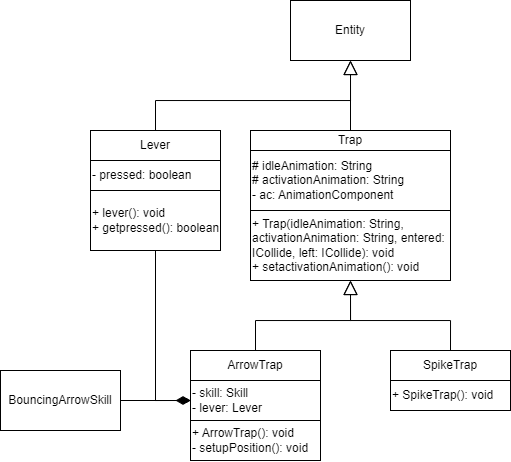
Above: KonzeptSkizzen/Zyklus 3/Fallen/fallenUML.png in Minerder/Spiel (draw.io), before the change. Source tidied: cells renumbered, new cells last; positions are measured from the earlier drawing's top-left corner, leaving out a move shared by most shapes. The source it was exported from:
```xml
<mxGraphModel>
  <root>
    <mxCell id="0" />
    <mxCell id="1" parent="0" />
    <mxCell id="2" style="edgeStyle=orthogonalEdgeStyle;rounded=0;jettySize=auto;html=1;exitX=0.5;exitY=0;exitDx=0;exitDy=0;entryX=0.5;entryY=1;entryDx=0;entryDy=0;endArrow=block;endFill=0;endSize=12;" parent="1" edge="1" source="3" target="8">
      <mxGeometry relative="1" as="geometry" />
    </mxCell>
    <mxCell id="3" value="Trap" style="rounded=0;whiteSpace=wrap;html=1;" parent="1" vertex="1">
      <mxGeometry x="250" y="130" width="200" height="20" as="geometry" />
    </mxCell>
    <mxCell id="4" value="# idleAnimation: String&lt;br&gt;# activationAnimation: String&lt;br&gt;- ac: AnimationComponent" style="rounded=0;whiteSpace=wrap;html=1;align=left;" parent="1" vertex="1">
      <mxGeometry x="250" y="150" width="200" height="60" as="geometry" />
    </mxCell>
    <mxCell id="5" value="+ Trap(idleAnimation: String, activationAnimation: String, entered: ICollide, left: ICollide): void&lt;br&gt;+ setactivationAnimation(): void" style="rounded=0;whiteSpace=wrap;html=1;align=left;" parent="1" vertex="1">
      <mxGeometry x="250" y="210" width="200" height="70" as="geometry" />
    </mxCell>
    <mxCell id="6" style="edgeStyle=orthogonalEdgeStyle;rounded=0;jettySize=auto;html=1;exitX=0.5;exitY=0;exitDx=0;exitDy=0;entryX=0.5;entryY=1;entryDx=0;entryDy=0;endArrow=block;endFill=0;endSize=12;" parent="1" edge="1" source="7" target="5">
      <mxGeometry relative="1" as="geometry" />
    </mxCell>
    <mxCell id="7" value="SpikeTrap" style="rounded=0;whiteSpace=wrap;html=1;" parent="1" vertex="1">
      <mxGeometry x="390" y="350" width="120" height="30" as="geometry" />
    </mxCell>
    <mxCell id="8" value="Entity" style="rounded=0;whiteSpace=wrap;html=1;" parent="1" vertex="1">
      <mxGeometry x="290" width="120" height="60" as="geometry" />
    </mxCell>
    <mxCell id="9" style="edgeStyle=orthogonalEdgeStyle;rounded=0;jettySize=auto;html=1;exitX=0.5;exitY=0;exitDx=0;exitDy=0;endArrow=block;endFill=0;entryX=0.5;entryY=1;entryDx=0;entryDy=0;endSize=12;" parent="1" edge="1" source="10" target="8">
      <mxGeometry relative="1" as="geometry" />
    </mxCell>
    <mxCell id="10" value="Lever" style="rounded=0;whiteSpace=wrap;html=1;" parent="1" vertex="1">
      <mxGeometry x="90" y="130" width="130" height="30" as="geometry" />
    </mxCell>
    <mxCell id="11" style="edgeStyle=orthogonalEdgeStyle;rounded=0;jettySize=auto;html=1;exitX=0.5;exitY=1;exitDx=0;exitDy=0;entryX=0;entryY=0.5;entryDx=0;entryDy=0;endArrow=diamondThin;endFill=1;" parent="1" edge="1" source="12" target="17">
      <mxGeometry relative="1" as="geometry" />
    </mxCell>
    <mxCell id="12" value="+ lever(): void&lt;br&gt;+ getpressed(): boolean" style="rounded=0;whiteSpace=wrap;html=1;align=left;" parent="1" vertex="1">
      <mxGeometry x="90" y="190" width="130" height="60" as="geometry" />
    </mxCell>
    <mxCell id="13" value="- pressed: boolean" style="rounded=0;whiteSpace=wrap;html=1;align=left;" parent="1" vertex="1">
      <mxGeometry x="90" y="160" width="130" height="30" as="geometry" />
    </mxCell>
    <mxCell id="14" value="+ SpikeTrap(): void" style="rounded=0;whiteSpace=wrap;html=1;align=left;" parent="1" vertex="1">
      <mxGeometry x="390" y="380" width="120" height="30" as="geometry" />
    </mxCell>
    <mxCell id="15" style="edgeStyle=orthogonalEdgeStyle;rounded=0;jettySize=auto;html=1;exitX=0.5;exitY=0;exitDx=0;exitDy=0;entryX=0.5;entryY=1;entryDx=0;entryDy=0;endArrow=block;endFill=0;endSize=12;" parent="1" edge="1" source="16" target="5">
      <mxGeometry relative="1" as="geometry" />
    </mxCell>
    <mxCell id="16" value="ArrowTrap" style="rounded=0;whiteSpace=wrap;html=1;" parent="1" vertex="1">
      <mxGeometry x="190" y="350" width="130" height="30" as="geometry" />
    </mxCell>
    <mxCell id="17" value="- skill: Skill&lt;br&gt;- lever: Lever" style="rounded=0;whiteSpace=wrap;html=1;align=left;" parent="1" vertex="1">
      <mxGeometry x="190" y="380" width="130" height="40" as="geometry" />
    </mxCell>
    <mxCell id="18" style="edgeStyle=orthogonalEdgeStyle;rounded=0;jettySize=auto;html=1;exitX=1;exitY=0.5;exitDx=0;exitDy=0;entryX=0;entryY=0.5;entryDx=0;entryDy=0;endArrow=diamondThin;endFill=1;endSize=12;" parent="1" edge="1" source="19" target="17">
      <mxGeometry relative="1" as="geometry" />
    </mxCell>
    <mxCell id="19" value="BouncingArrowSkill" style="rounded=0;whiteSpace=wrap;html=1;" parent="1" vertex="1">
      <mxGeometry y="370" width="120" height="60" as="geometry" />
    </mxCell>
    <mxCell id="20" value="+ ArrowTrap(): void&lt;br&gt;- setupPosition(): void" style="rounded=0;whiteSpace=wrap;html=1;align=left;" parent="1" vertex="1">
      <mxGeometry x="190" y="420" width="130" height="40" as="geometry" />
    </mxCell>
  </root>
</mxGraphModel>
```
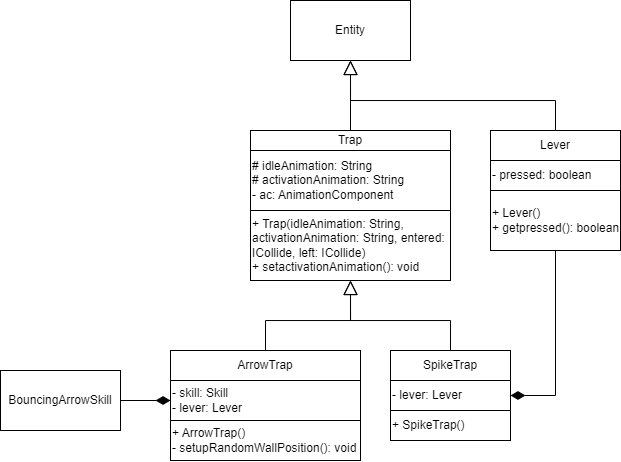
The same file after the commit.

The edit, as a diff of the source:
```diff
@@ -11,7 +11,7 @@
     <mxCell id="4" value="# idleAnimation: String&lt;br&gt;# activationAnimation: String&lt;br&gt;- ac: AnimationComponent" style="rounded=0;whiteSpace=wrap;html=1;align=left;" parent="1" vertex="1">
       <mxGeometry x="250" y="150" width="200" height="60" as="geometry" />
     </mxCell>
-    <mxCell id="5" value="+ Trap(idleAnimation: String, activationAnimation: String, entered: ICollide, left: ICollide): void&lt;br&gt;+ setactivationAnimation(): void" style="rounded=0;whiteSpace=wrap;html=1;align=left;" parent="1" vertex="1">
+    <mxCell id="5" value="+ Trap(idleAnimation: String, activationAnimation: String, entered: ICollide, left: ICollide)&lt;br&gt;+ setactivationAnimation(): void" style="rounded=0;whiteSpace=wrap;html=1;align=left;" parent="1" vertex="1">
       <mxGeometry x="250" y="210" width="200" height="70" as="geometry" />
     </mxCell>
     <mxCell id="6" style="edgeStyle=orthogonalEdgeStyle;rounded=0;jettySize=auto;html=1;exitX=0.5;exitY=0;exitDx=0;exitDy=0;entryX=0.5;entryY=1;entryDx=0;entryDy=0;endArrow=block;endFill=0;endSize=12;" parent="1" edge="1" source="7" target="5">
@@ -27,28 +27,28 @@
       <mxGeometry relative="1" as="geometry" />
     </mxCell>
     <mxCell id="10" value="Lever" style="rounded=0;whiteSpace=wrap;html=1;" parent="1" vertex="1">
-      <mxGeometry x="90" y="130" width="130" height="30" as="geometry" />
+      <mxGeometry x="490" y="130" width="130" height="30" as="geometry" />
     </mxCell>
-    <mxCell id="11" style="edgeStyle=orthogonalEdgeStyle;rounded=0;jettySize=auto;html=1;exitX=0.5;exitY=1;exitDx=0;exitDy=0;entryX=0;entryY=0.5;entryDx=0;entryDy=0;endArrow=diamondThin;endFill=1;" parent="1" edge="1" source="12" target="17">
+    <mxCell id="11" style="edgeStyle=orthogonalEdgeStyle;rounded=0;jettySize=auto;html=1;exitX=0.5;exitY=1;exitDx=0;exitDy=0;entryX=1;entryY=0.5;entryDx=0;entryDy=0;endArrow=diamondThin;endFill=1;endSize=12;" parent="1" edge="1" source="12" target="21">
       <mxGeometry relative="1" as="geometry" />
     </mxCell>
-    <mxCell id="12" value="+ lever(): void&lt;br&gt;+ getpressed(): boolean" style="rounded=0;whiteSpace=wrap;html=1;align=left;" parent="1" vertex="1">
-      <mxGeometry x="90" y="190" width="130" height="60" as="geometry" />
+    <mxCell id="12" value="+ Lever()&lt;br&gt;+ getpressed(): boolean" style="rounded=0;whiteSpace=wrap;html=1;align=left;" parent="1" vertex="1">
+      <mxGeometry x="490" y="190" width="130" height="60" as="geometry" />
     </mxCell>
     <mxCell id="13" value="- pressed: boolean" style="rounded=0;whiteSpace=wrap;html=1;align=left;" parent="1" vertex="1">
-      <mxGeometry x="90" y="160" width="130" height="30" as="geometry" />
+      <mxGeometry x="490" y="160" width="130" height="30" as="geometry" />
     </mxCell>
-    <mxCell id="14" value="+ SpikeTrap(): void" style="rounded=0;whiteSpace=wrap;html=1;align=left;" parent="1" vertex="1">
-      <mxGeometry x="390" y="380" width="120" height="30" as="geometry" />
+    <mxCell id="14" value="+ SpikeTrap()" style="rounded=0;whiteSpace=wrap;html=1;align=left;" parent="1" vertex="1">
+      <mxGeometry x="390" y="410" width="120" height="30" as="geometry" />
     </mxCell>
     <mxCell id="15" style="edgeStyle=orthogonalEdgeStyle;rounded=0;jettySize=auto;html=1;exitX=0.5;exitY=0;exitDx=0;exitDy=0;entryX=0.5;entryY=1;entryDx=0;entryDy=0;endArrow=block;endFill=0;endSize=12;" parent="1" edge="1" source="16" target="5">
       <mxGeometry relative="1" as="geometry" />
     </mxCell>
     <mxCell id="16" value="ArrowTrap" style="rounded=0;whiteSpace=wrap;html=1;" parent="1" vertex="1">
-      <mxGeometry x="190" y="350" width="130" height="30" as="geometry" />
+      <mxGeometry x="170" y="350" width="190" height="30" as="geometry" />
     </mxCell>
     <mxCell id="17" value="- skill: Skill&lt;br&gt;- lever: Lever" style="rounded=0;whiteSpace=wrap;html=1;align=left;" parent="1" vertex="1">
-      <mxGeometry x="190" y="380" width="130" height="40" as="geometry" />
+      <mxGeometry x="170" y="380" width="190" height="40" as="geometry" />
     </mxCell>
     <mxCell id="18" style="edgeStyle=orthogonalEdgeStyle;rounded=0;jettySize=auto;html=1;exitX=1;exitY=0.5;exitDx=0;exitDy=0;entryX=0;entryY=0.5;entryDx=0;entryDy=0;endArrow=diamondThin;endFill=1;endSize=12;" parent="1" edge="1" source="19" target="17">
       <mxGeometry relative="1" as="geometry" />
@@ -56,8 +56,11 @@
     <mxCell id="19" value="BouncingArrowSkill" style="rounded=0;whiteSpace=wrap;html=1;" parent="1" vertex="1">
       <mxGeometry y="370" width="120" height="60" as="geometry" />
     </mxCell>
-    <mxCell id="20" value="+ ArrowTrap(): void&lt;br&gt;- setupPosition(): void" style="rounded=0;whiteSpace=wrap;html=1;align=left;" parent="1" vertex="1">
-      <mxGeometry x="190" y="420" width="130" height="40" as="geometry" />
+    <mxCell id="20" value="+ ArrowTrap()&lt;br&gt;-&amp;nbsp;setupRandomWallPosition&lt;span style=&quot;background-color: initial;&quot;&gt;(): void&lt;/span&gt;" style="rounded=0;whiteSpace=wrap;html=1;align=left;" parent="1" vertex="1">
+      <mxGeometry x="170" y="420" width="190" height="40" as="geometry" />
     </mxCell>
+    <mxCell id="21" value="- lever: Lever" style="rounded=0;whiteSpace=wrap;html=1;align=left;" parent="1" vertex="1">
+      <mxGeometry x="390" y="380" width="120" height="30" as="geometry" />
+    </mxCell>
   </root>
 </mxGraphModel>
```
